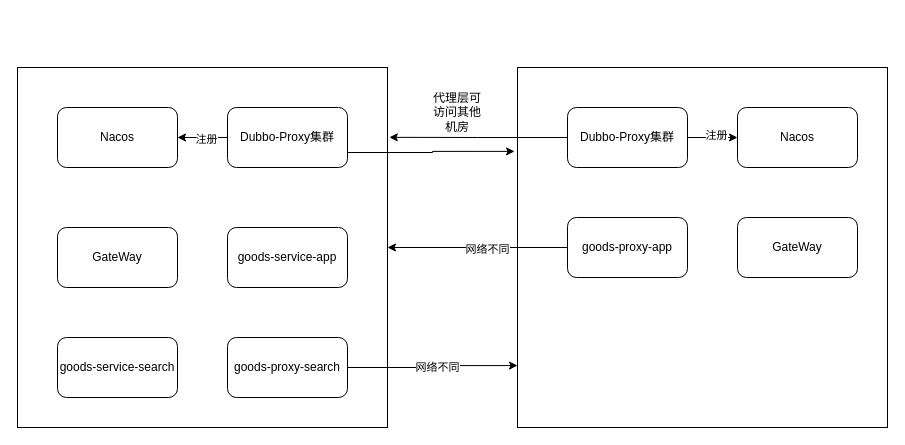
smallleaf/draw.io keeps this draw.io diagram as miyuan/dubbo代理服务.drawio. Above is the earlier version. Source tidied: cells renumbered, new cells numbered last; positions are measured from the earlier drawing's top-left corner, leaving out a move shared by most shapes. Both pictures are drawn from the tidied source at 100%, with x=0, y=0 at pixel (17, 67).
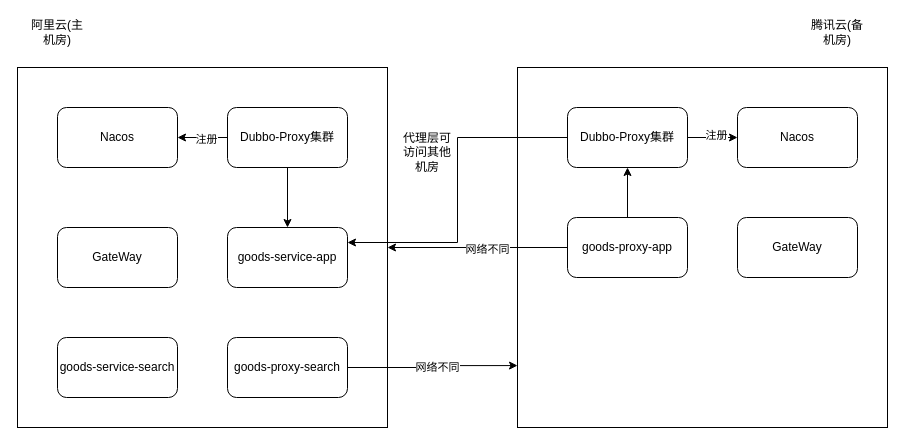
The same diagram, later.

Commit message (it also covers changes not shown here):
更新dubbo代理服务.drawio

The change refers to these unchanged cells:
```xml
<mxCell id="2" style="rounded=0;whiteSpace=wrap;html=1;" parent="1" vertex="1">
  <mxGeometry width="370" height="360" as="geometry" />
</mxCell>
<mxCell id="3" style="rounded=0;whiteSpace=wrap;html=1;" parent="1" vertex="1">
  <mxGeometry x="500" width="370" height="360" as="geometry" />
</mxCell>
<mxCell id="6" value="Dubbo-Proxy集群" style="rounded=1;whiteSpace=wrap;html=1;" parent="1" vertex="1">
  <mxGeometry x="210" y="40" width="120" height="60" as="geometry" />
</mxCell>
<mxCell id="9" value="Dubbo-Proxy集群" style="rounded=1;whiteSpace=wrap;html=1;" parent="1" vertex="1">
  <mxGeometry x="550" y="40" width="120" height="60" as="geometry" />
</mxCell>
<mxCell id="10" value="goods-service-app" style="rounded=1;whiteSpace=wrap;html=1;" parent="1" vertex="1">
  <mxGeometry x="210" y="160" width="120" height="60" as="geometry" />
</mxCell>
<mxCell id="13" value="goods-proxy-app" style="rounded=1;whiteSpace=wrap;html=1;" parent="1" vertex="1">
  <mxGeometry x="550" y="150" width="120" height="60" as="geometry" />
</mxCell>
```

Diff of the diagram source:
```diff
@@
+    <mxCell id="25" style="edgeStyle=orthogonalEdgeStyle;rounded=0;jettySize=auto;html=1;exitX=0.5;exitY=1;exitDx=0;exitDy=0;entryX=0.5;entryY=0;entryDx=0;entryDy=0;" parent="1" edge="1" source="6" target="10">
+      <mxGeometry relative="1" as="geometry" />
+    </mxCell>
@@
+    <mxCell id="26" style="edgeStyle=orthogonalEdgeStyle;rounded=0;jettySize=auto;html=1;exitX=0;exitY=0.5;exitDx=0;exitDy=0;entryX=1;entryY=0.25;entryDx=0;entryDy=0;" parent="1" edge="1" source="9" target="10">
+      <mxGeometry relative="1" as="geometry" />
+    </mxCell>
@@
+    <mxCell id="27" style="edgeStyle=orthogonalEdgeStyle;rounded=0;jettySize=auto;html=1;exitX=0.5;exitY=0;exitDx=0;exitDy=0;entryX=0.5;entryY=1;entryDx=0;entryDy=0;" parent="1" edge="1" source="13" target="9">
+      <mxGeometry relative="1" as="geometry" />
+    </mxCell>
@@
-    <mxCell id="22" style="edgeStyle=orthogonalEdgeStyle;rounded=0;jettySize=auto;html=1;exitX=0;exitY=0.5;exitDx=0;exitDy=0;entryX=1.005;entryY=0.194;entryDx=0;entryDy=0;entryPerimeter=0;" parent="1" edge="1" source="9" target="2">
-      <mxGeometry relative="1" as="geometry" />
-    </mxCell>
-    <mxCell id="23" style="edgeStyle=orthogonalEdgeStyle;rounded=0;jettySize=auto;html=1;exitX=1;exitY=0.75;exitDx=0;exitDy=0;entryX=-0.008;entryY=0.233;entryDx=0;entryDy=0;entryPerimeter=0;" parent="1" edge="1" source="6" target="3">
-      <mxGeometry relative="1" as="geometry" />
-    </mxCell>
     <mxCell id="24" value="代理层可访问其他机房" style="text;html=1;align=center;verticalAlign=middle;whiteSpace=wrap;rounded=0;" parent="1" vertex="1">
-      <mxGeometry x="410" y="30" width="60" height="30" as="geometry" />
+      <mxGeometry x="380" y="70" width="60" height="30" as="geometry" />
     </mxCell>
+    <mxCell id="28" value="阿里云(主机房)" style="text;html=1;align=center;verticalAlign=middle;whiteSpace=wrap;rounded=0;" parent="1" vertex="1">
+      <mxGeometry x="10" y="-50" width="60" height="30" as="geometry" />
+    </mxCell>
+    <mxCell id="29" value="腾讯云(备机房)" style="text;html=1;align=center;verticalAlign=middle;whiteSpace=wrap;rounded=0;" parent="1" vertex="1">
+      <mxGeometry x="790" y="-50" width="60" height="30" as="geometry" />
+    </mxCell>
```
